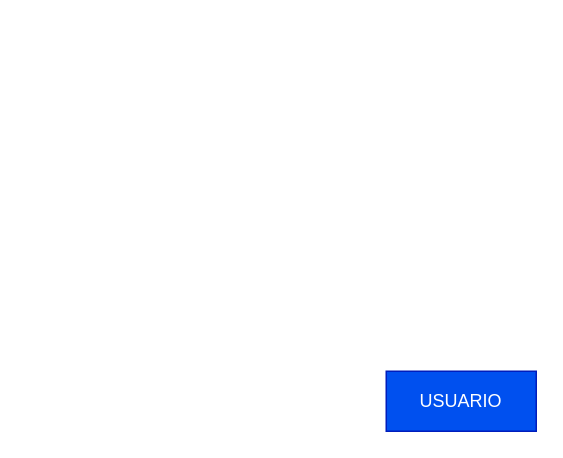
Earlier version of the draw.io diagram Diagrama sin título.drawio (dvBelenMG/BD-abilitytalk). Source tidied: cells renumbered, new cells numbered last; positions are measured from the earlier drawing's top-left corner, leaving out a move shared by most shapes. Both pictures are drawn from the tidied source at 150%, with x=0, y=0 at pixel (386, 370).
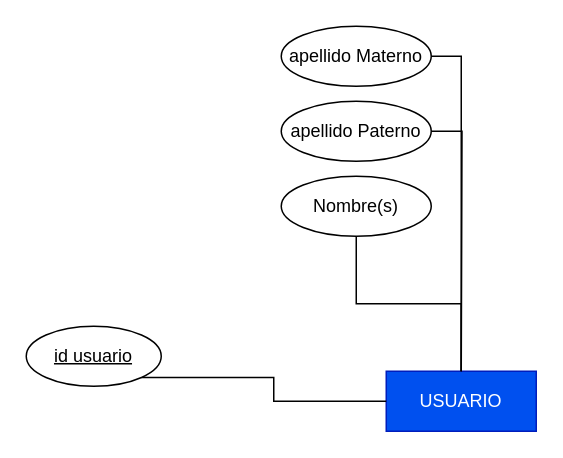
The same diagram, later.

Change to the diagram source:
```diff
@@
 <mxGraphModel>
   <root>
     <mxCell id="0" />
     <mxCell id="1" parent="0" />
     <mxCell id="2" value="USUARIO" style="whiteSpace=wrap;html=1;align=center;fillColor=#0050ef;strokeColor=#001DBC;fontColor=#ffffff;" parent="1" vertex="1">
       <mxGeometry width="100" height="40" as="geometry" />
     </mxCell>
+    <mxCell id="3" style="edgeStyle=orthogonalEdgeStyle;rounded=0;jettySize=auto;html=1;exitX=1;exitY=1;exitDx=0;exitDy=0;entryX=0;entryY=0.5;entryDx=0;entryDy=0;strokeColor=default;endArrow=none;endFill=0;" parent="1" edge="1" source="4" target="2">
+      <mxGeometry relative="1" as="geometry" />
+    </mxCell>
+    <mxCell id="4" value="id usuario" style="ellipse;whiteSpace=wrap;html=1;align=center;fontStyle=4;strokeWidth=1;" parent="1" vertex="1">
+      <mxGeometry x="-240" y="-30" width="90" height="40" as="geometry" />
+    </mxCell>
+    <mxCell id="5" style="edgeStyle=orthogonalEdgeStyle;rounded=0;jettySize=auto;html=1;exitX=0.5;exitY=1;exitDx=0;exitDy=0;entryX=0.5;entryY=0;entryDx=0;entryDy=0;endArrow=none;endFill=0;" parent="1" edge="1" source="6" target="2">
+      <mxGeometry relative="1" as="geometry" />
+    </mxCell>
+    <mxCell id="6" value="Nombre(s)" style="ellipse;whiteSpace=wrap;html=1;align=center;" parent="1" vertex="1">
+      <mxGeometry x="-70" y="-130" width="100" height="40" as="geometry" />
+    </mxCell>
+    <mxCell id="7" style="edgeStyle=orthogonalEdgeStyle;rounded=0;jettySize=auto;html=1;exitX=1;exitY=0.5;exitDx=0;exitDy=0;endArrow=none;endFill=0;" parent="1" edge="1" source="8">
+      <mxGeometry relative="1" as="geometry">
+        <mxPoint x="50" as="targetPoint" />
+      </mxGeometry>
+    </mxCell>
+    <mxCell id="8" value="apellido Paterno" style="ellipse;whiteSpace=wrap;html=1;align=center;" parent="1" vertex="1">
+      <mxGeometry x="-70" y="-180" width="100" height="40" as="geometry" />
+    </mxCell>
+    <mxCell id="9" style="edgeStyle=orthogonalEdgeStyle;rounded=0;jettySize=auto;html=1;exitX=1;exitY=0.5;exitDx=0;exitDy=0;entryX=0.5;entryY=0;entryDx=0;entryDy=0;endArrow=none;endFill=0;" parent="1" edge="1" source="10" target="2">
+      <mxGeometry relative="1" as="geometry" />
+    </mxCell>
+    <mxCell id="10" value="apellido Materno" style="ellipse;whiteSpace=wrap;html=1;align=center;" parent="1" vertex="1">
+      <mxGeometry x="-70" y="-230" width="100" height="40" as="geometry" />
+    </mxCell>
   </root>
 </mxGraphModel>
```
